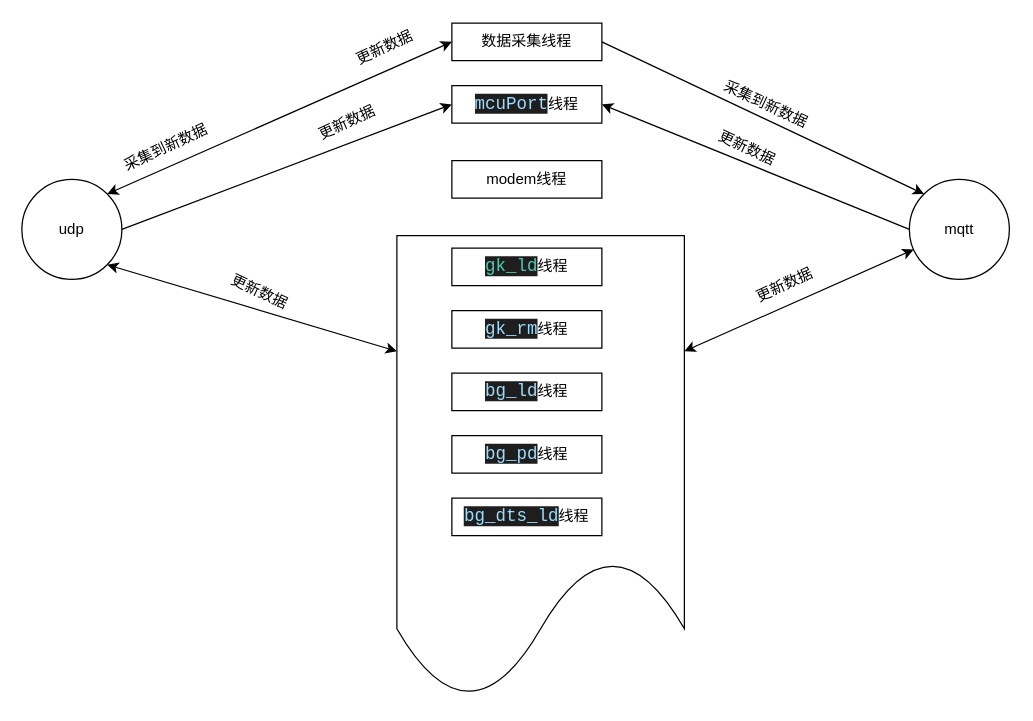
Above: page "Page-1" (1 of 2) of native_app/Untitled Diagram.drawio in FreedomSnail/samples (draw.io), before the change. Source tidied: cells renumbered, new cells numbered last; positions are measured from the earlier drawing's top-left corner, leaving out a move shared by most shapes. Both pictures are drawn from the tidied source at 125%, with x=0, y=0 at pixel (21, 22).
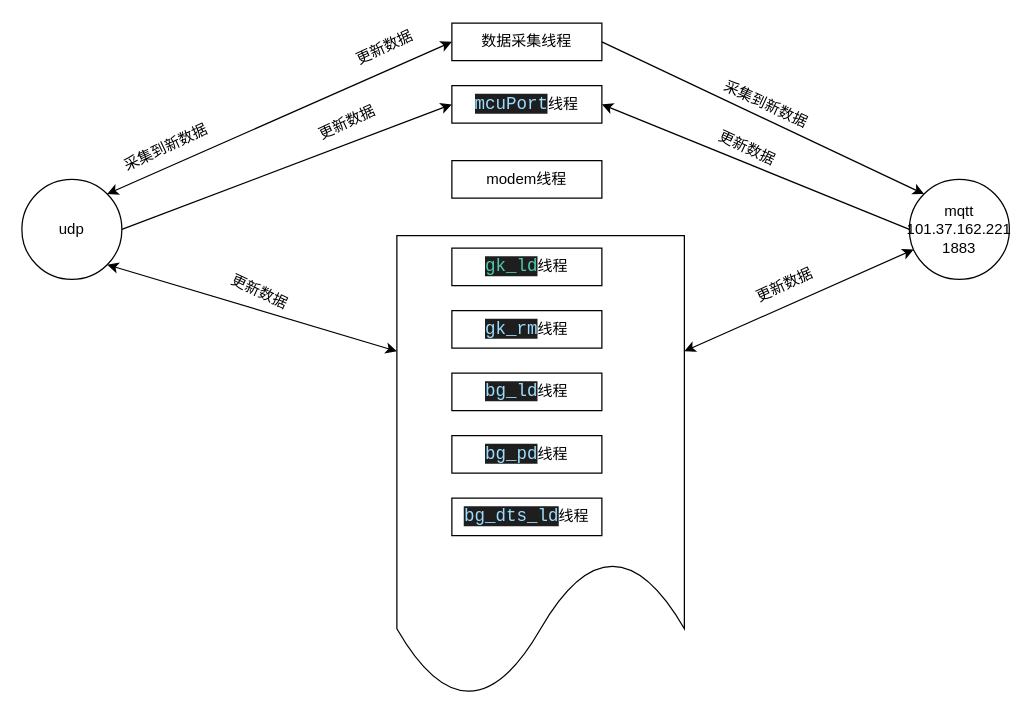
The same page after the edit.

The edit, as a diff of the source:
```diff
@@
-    <mxCell id="8" value="mqtt" style="ellipse;whiteSpace=wrap;html=1;" parent="1" vertex="1">
+    <mxCell id="8" value="mqtt&lt;br&gt;101.37.162.221&lt;br&gt;1883" style="ellipse;whiteSpace=wrap;html=1;" parent="1" vertex="1">
       <mxGeometry x="710" y="125" width="80" height="80" as="geometry" />
     </mxCell>
```
